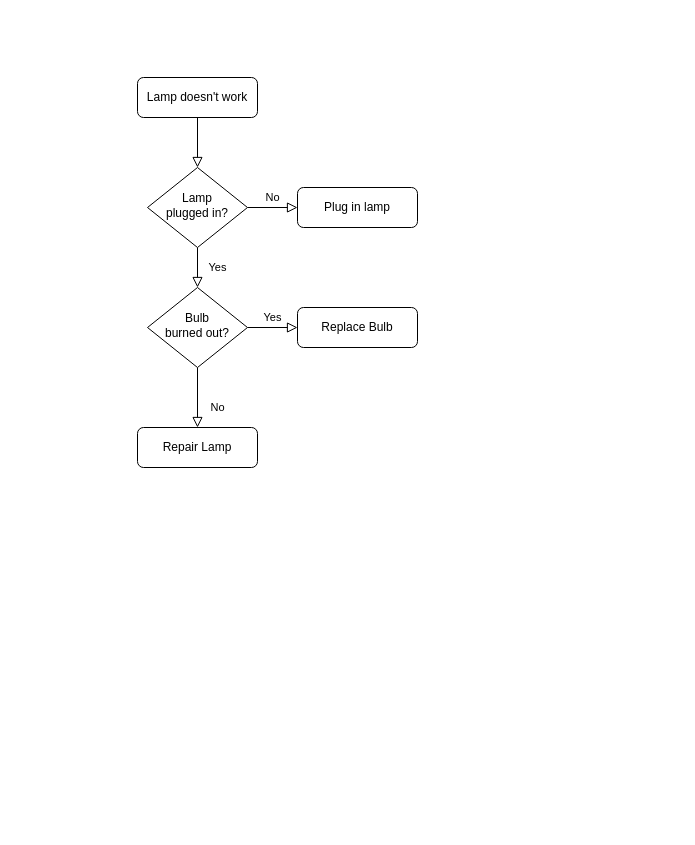
The draw.io diagram 未命名绘图.drawio in Zhuang23/halo, before the edit. Source tidied: cells renumbered, new cells numbered last; positions are measured from the earlier drawing's top-left corner, leaving out a move shared by most shapes. Both pictures are drawn from the tidied source at 100%, with x=0, y=0 at pixel (137, 77).
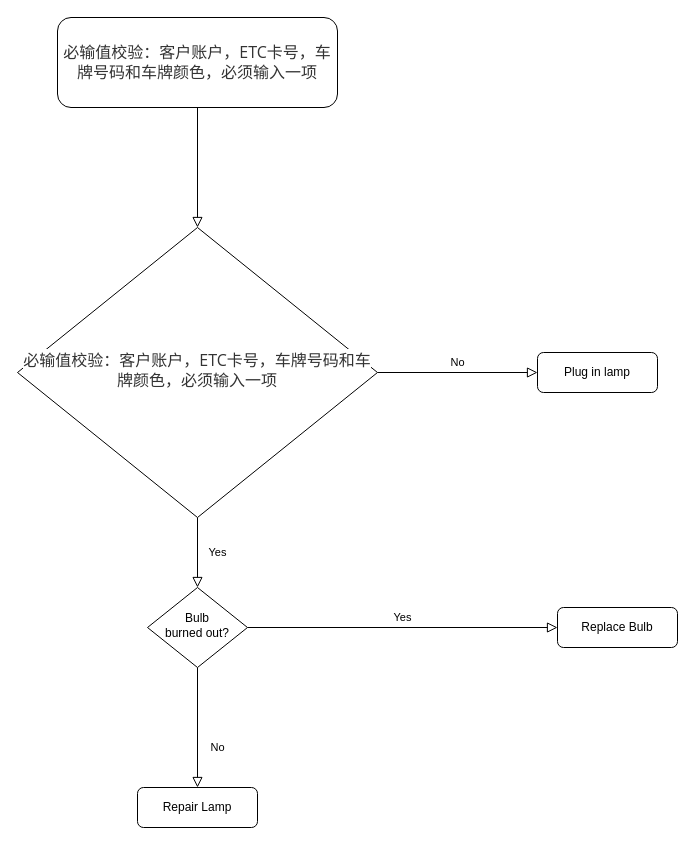
After the change.

Commit message:
更新未命名绘图.drawio

Diff of the diagram source:
```diff
@@
 <mxGraphModel>
   <root>
     <mxCell id="0" />
     <mxCell id="1" parent="0" />
     <mxCell id="2" style="rounded=0;html=1;jettySize=auto;fontSize=11;endArrow=block;endFill=0;endSize=8;strokeWidth=1;shadow=0;labelBackgroundColor=none;edgeStyle=orthogonalEdgeStyle;" parent="1" edge="1" source="3" target="6">
       <mxGeometry relative="1" as="geometry" />
     </mxCell>
-    <mxCell id="3" value="Lamp doesn't work" style="rounded=1;whiteSpace=wrap;html=1;fontSize=12;glass=0;strokeWidth=1;shadow=0;" parent="1" vertex="1">
-      <mxGeometry width="120" height="40" as="geometry" />
+    <mxCell id="3" value="&lt;span style=&quot;color: rgb(51, 51, 51); font-family: &amp;quot;Open Sans&amp;quot;, &amp;quot;Clear Sans&amp;quot;, &amp;quot;Helvetica Neue&amp;quot;, Helvetica, Arial, &amp;quot;Segoe UI Emoji&amp;quot;, sans-serif; font-size: 16px; orphans: 4; text-align: start; white-space-collapse: preserve; background-color: rgb(255, 255, 255);&quot;&gt;必输值校验：客户账户，ETC卡号，车牌号码和车牌颜色，必须输入一项&lt;/span&gt;" style="rounded=1;whiteSpace=wrap;html=1;fontSize=12;glass=0;strokeWidth=1;shadow=0;" parent="1" vertex="1">
+      <mxGeometry x="-80" y="-60" width="280" height="90" as="geometry" />
     </mxCell>
     <mxCell id="4" value="Yes" style="rounded=0;html=1;jettySize=auto;fontSize=11;endArrow=block;endFill=0;endSize=8;strokeWidth=1;shadow=0;labelBackgroundColor=none;edgeStyle=orthogonalEdgeStyle;" parent="1" edge="1" source="6" target="10">
       <mxGeometry y="20" relative="1" as="geometry" />
     </mxCell>
     <mxCell id="5" value="No" style="edgeStyle=orthogonalEdgeStyle;rounded=0;html=1;jettySize=auto;fontSize=11;endArrow=block;endFill=0;endSize=8;strokeWidth=1;shadow=0;labelBackgroundColor=none;" parent="1" edge="1" source="6" target="7">
       <mxGeometry y="10" relative="1" as="geometry" />
     </mxCell>
-    <mxCell id="6" value="Lamp&lt;br&gt;plugged in?" style="rhombus;whiteSpace=wrap;html=1;shadow=0;fontFamily=Helvetica;fontSize=12;align=center;strokeWidth=1;spacing=6;spacingTop=-4;" parent="1" vertex="1">
-      <mxGeometry x="10" y="90" width="100" height="80" as="geometry" />
+    <mxCell id="6" value="&lt;span style=&quot;color: rgb(51, 51, 51); font-family: &amp;quot;Open Sans&amp;quot;, &amp;quot;Clear Sans&amp;quot;, &amp;quot;Helvetica Neue&amp;quot;, Helvetica, Arial, &amp;quot;Segoe UI Emoji&amp;quot;, sans-serif; font-size: 16px; orphans: 4; text-align: start; white-space-collapse: preserve; background-color: rgb(255, 255, 255);&quot;&gt;必输值校验：客户账户，ETC卡号，车牌号码和车牌颜色，必须输入一项&lt;/span&gt;" style="rhombus;whiteSpace=wrap;html=1;shadow=0;fontFamily=Helvetica;fontSize=12;align=center;strokeWidth=1;spacing=6;spacingTop=-4;" parent="1" vertex="1">
+      <mxGeometry x="-120" y="150" width="360" height="290" as="geometry" />
     </mxCell>
     <mxCell id="7" value="Plug in lamp" style="rounded=1;whiteSpace=wrap;html=1;fontSize=12;glass=0;strokeWidth=1;shadow=0;" parent="1" vertex="1">
-      <mxGeometry x="160" y="110" width="120" height="40" as="geometry" />
+      <mxGeometry x="400" y="275" width="120" height="40" as="geometry" />
     </mxCell>
     <mxCell id="8" value="No" style="rounded=0;html=1;jettySize=auto;fontSize=11;endArrow=block;endFill=0;endSize=8;strokeWidth=1;shadow=0;labelBackgroundColor=none;edgeStyle=orthogonalEdgeStyle;" parent="1" edge="1" source="10" target="11">
       <mxGeometry x="0.33" y="20" relative="1" as="geometry" />
     </mxCell>
     <mxCell id="9" value="Yes" style="edgeStyle=orthogonalEdgeStyle;rounded=0;html=1;jettySize=auto;fontSize=11;endArrow=block;endFill=0;endSize=8;strokeWidth=1;shadow=0;labelBackgroundColor=none;" parent="1" edge="1" source="10" target="12">
       <mxGeometry y="10" relative="1" as="geometry" />
     </mxCell>
     <mxCell id="10" value="Bulb&lt;br&gt;burned out?" style="rhombus;whiteSpace=wrap;html=1;shadow=0;fontFamily=Helvetica;fontSize=12;align=center;strokeWidth=1;spacing=6;spacingTop=-4;" parent="1" vertex="1">
-      <mxGeometry x="10" y="210" width="100" height="80" as="geometry" />
+      <mxGeometry x="10" y="510" width="100" height="80" as="geometry" />
     </mxCell>
     <mxCell id="11" value="Repair Lamp" style="rounded=1;whiteSpace=wrap;html=1;fontSize=12;glass=0;strokeWidth=1;shadow=0;" parent="1" vertex="1">
-      <mxGeometry y="350" width="120" height="40" as="geometry" />
+      <mxGeometry y="710" width="120" height="40" as="geometry" />
     </mxCell>
     <mxCell id="12" value="Replace Bulb" style="rounded=1;whiteSpace=wrap;html=1;fontSize=12;glass=0;strokeWidth=1;shadow=0;" parent="1" vertex="1">
-      <mxGeometry x="160" y="230" width="120" height="40" as="geometry" />
+      <mxGeometry x="420" y="530" width="120" height="40" as="geometry" />
     </mxCell>
   </root>
 </mxGraphModel>
```
